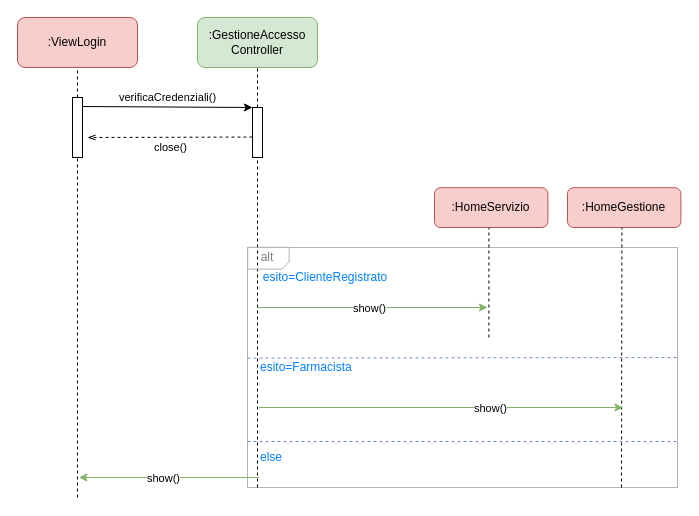
This is page "LoginUtente" (1 of 7) of drawio/Architettura Logica/Interazione.drawio from lnwor/farmabyte-doc, a draw.io file, before an edit. Source tidied: cells renumbered, new cells numbered last; positions are measured from the earlier drawing's top-left corner, leaving out a move shared by most shapes. Both pictures are drawn from the tidied source at 100%, with x=0, y=0 at pixel (17, 17).
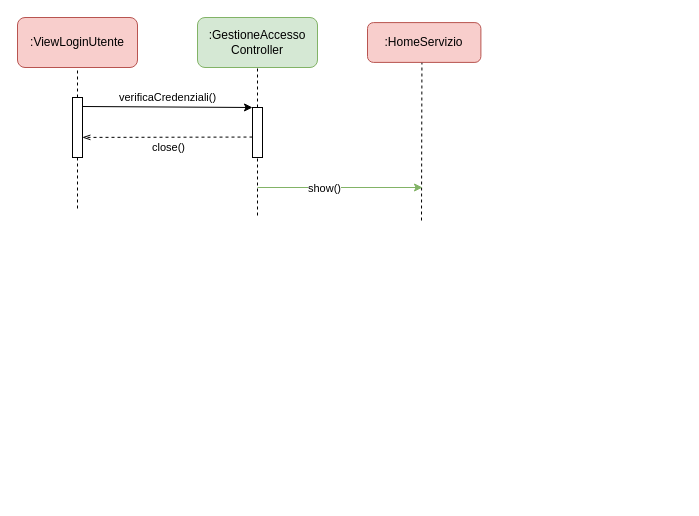
After the change.

Commit message (it also covers changes not shown here):
Correzione Diagramma di Sequenza

The change refers to these unchanged cells:
```xml
<mxCell id="7" style="rounded=0;whiteSpace=wrap;html=1;" parent="1" vertex="1">
  <mxGeometry x="55" y="80" width="10" height="60" as="geometry" />
</mxCell>
<mxCell id="9" style="rounded=0;whiteSpace=wrap;html=1;" parent="1" vertex="1">
  <mxGeometry x="235" y="90" width="10" height="50" as="geometry" />
</mxCell>
```

Change to the diagram source:
```diff
@@
-    <mxCell id="2" style="rounded=0;whiteSpace=wrap;html=1;fillColor=none;strokeColor=#B3B3B3;" parent="1" vertex="1">
-      <mxGeometry x="230" y="230" width="430" height="240" as="geometry" />
-    </mxCell>
-    <mxCell id="3" value=":ViewLogin" style="rounded=1;whiteSpace=wrap;html=1;fillColor=#f8cecc;strokeColor=#b85450;" parent="1" vertex="1">
+    <mxCell id="3" value=":ViewLoginUtente" style="rounded=1;whiteSpace=wrap;html=1;fillColor=#f8cecc;strokeColor=#b85450;" parent="1" vertex="1">
       <mxGeometry width="120" height="50" as="geometry" />
     </mxCell>
@@
     <mxCell id="8" style="endArrow=none;dashed=1;html=1;" parent="1" edge="1" target="7">
       <mxGeometry relative="1" as="geometry">
-        <mxPoint x="60" y="480" as="sourcePoint" />
+        <mxPoint x="60" y="191" as="sourcePoint" />
       </mxGeometry>
     </mxCell>
@@
     <mxCell id="10" style="endArrow=none;dashed=1;html=1;entryX=0.5;entryY=1;entryDx=0;entryDy=0;" parent="1" edge="1" target="9">
       <mxGeometry relative="1" as="geometry">
-        <mxPoint x="240" y="470" as="sourcePoint" />
+        <mxPoint x="240" y="198" as="sourcePoint" />
       </mxGeometry>
     </mxCell>
@@
-    <mxCell id="13" style="endArrow=openThin;html=1;exitX=0;exitY=0.591;exitDx=0;exitDy=0;dashed=1;exitPerimeter=0;endFill=0;" parent="1" edge="1" source="9">
-      <mxGeometry relative="1" as="geometry">
-        <mxPoint x="70" y="120" as="targetPoint" />
-      </mxGeometry>
+    <mxCell id="13" style="endArrow=openThin;html=1;exitX=0;exitY=0.591;exitDx=0;exitDy=0;dashed=1;exitPerimeter=0;endFill=0;entryX=0.986;entryY=0.665;entryDx=0;entryDy=0;entryPerimeter=0;" parent="1" edge="1" source="9" target="7">
+      <mxGeometry relative="1" as="geometry" />
     </mxCell>
@@
-    <mxCell id="15" style="shape=card;whiteSpace=wrap;html=1;strokeColor=#B3B3B3;fillColor=none;rotation=-90;flipV=1;size=7;" parent="1" vertex="1">
-      <mxGeometry x="240" y="220" width="21.8" height="41.4" as="geometry" />
-    </mxCell>
     <mxCell id="16" value=":HomeServizio" style="rounded=1;whiteSpace=wrap;html=1;fillColor=#f8cecc;strokeColor=#b85450;" parent="1" vertex="1">
-      <mxGeometry x="417" y="170.2" width="113.4" height="39.8" as="geometry" />
+      <mxGeometry x="350" y="5.1" width="113.4" height="39.8" as="geometry" />
     </mxCell>
     <mxCell id="17" style="endArrow=none;dashed=1;html=1;entryX=0.48;entryY=1.01;entryDx=0;entryDy=0;entryPerimeter=0;" parent="1" edge="1" target="16">
       <mxGeometry relative="1" as="geometry">
-        <mxPoint x="471.4" y="320" as="sourcePoint" />
+        <mxPoint x="404" y="203" as="sourcePoint" />
       </mxGeometry>
     </mxCell>
-    <mxCell id="18" value="&lt;font color=&quot;#808080&quot;&gt;alt&lt;/font&gt;" style="text;html=1;strokeColor=none;fillColor=none;align=center;verticalAlign=middle;whiteSpace=wrap;rounded=0;" parent="1" vertex="1">
-      <mxGeometry x="230" y="230" width="40" height="20" as="geometry" />
-    </mxCell>
     <mxCell id="19" style="endArrow=classic;html=1;fillColor=#d5e8d4;strokeColor=#82b366;" parent="1" edge="1">
       <mxGeometry relative="1" as="geometry">
-        <mxPoint x="240" y="290" as="sourcePoint" />
-        <mxPoint x="470" y="290" as="targetPoint" />
+        <mxPoint x="240" y="170" as="sourcePoint" />
+        <mxPoint x="405" y="170" as="targetPoint" />
       </mxGeometry>
     </mxCell>
@@
-    <mxCell id="21" style="endArrow=none;dashed=1;html=1;fillColor=#dae8fc;strokeColor=#6c8ebf;exitX=0;exitY=0.461;exitDx=0;exitDy=0;exitPerimeter=0;" parent="1" edge="1" source="2">
-      <mxGeometry relative="1" as="geometry">
-        <mxPoint x="660" y="340" as="targetPoint" />
-      </mxGeometry>
-    </mxCell>
-    <mxCell id="22" value="&lt;font color=&quot;#007fff&quot;&gt;esito=ClienteRegistrato&lt;/font&gt;" style="text;html=1;strokeColor=none;fillColor=none;align=center;verticalAlign=middle;whiteSpace=wrap;rounded=0;" parent="1" vertex="1">
-      <mxGeometry x="241.4" y="250" width="134.1" height="20" as="geometry" />
-    </mxCell>
-    <mxCell id="23" style="endArrow=classic;html=1;fillColor=#d5e8d4;strokeColor=#82b366;" parent="1" edge="1">
-      <mxGeometry relative="1" as="geometry">
-        <mxPoint x="241.4" y="460" as="sourcePoint" />
-        <mxPoint x="61.4" y="460" as="targetPoint" />
-      </mxGeometry>
-    </mxCell>
-    <mxCell id="24" value="show()" style="edgeLabel;html=1;align=center;verticalAlign=middle;" parent="23" vertex="1">
-      <mxGeometry x="0.38" relative="1" as="geometry">
-        <mxPoint x="28" as="offset" />
-      </mxGeometry>
-    </mxCell>
-    <mxCell id="25" value=":HomeGestione" style="rounded=1;whiteSpace=wrap;html=1;fillColor=#f8cecc;strokeColor=#b85450;" parent="1" vertex="1">
-      <mxGeometry x="550" y="170.2" width="113.4" height="39.8" as="geometry" />
-    </mxCell>
-    <mxCell id="26" style="endArrow=none;dashed=1;html=1;entryX=0.48;entryY=1.01;entryDx=0;entryDy=0;entryPerimeter=0;" parent="1" edge="1" target="25">
-      <mxGeometry relative="1" as="geometry">
-        <mxPoint x="604" y="470" as="sourcePoint" />
-      </mxGeometry>
-    </mxCell>
-    <mxCell id="27" style="endArrow=none;dashed=1;html=1;fillColor=#dae8fc;strokeColor=#6c8ebf;" parent="1" edge="1">
-      <mxGeometry relative="1" as="geometry">
-        <mxPoint x="230" y="424" as="sourcePoint" />
-        <mxPoint x="660" y="424" as="targetPoint" />
-      </mxGeometry>
-    </mxCell>
-    <mxCell id="28" value="&lt;span style=&quot;color: rgb(0 , 127 , 255)&quot;&gt;esito=Farmacista&lt;/span&gt;" style="text;html=1;strokeColor=none;fillColor=none;align=left;verticalAlign=middle;whiteSpace=wrap;rounded=0;" parent="1" vertex="1">
-      <mxGeometry x="241.4" y="340" width="144.1" height="20" as="geometry" />
-    </mxCell>
-    <mxCell id="29" style="endArrow=classic;html=1;fillColor=#d5e8d4;strokeColor=#82b366;" parent="1" edge="1">
-      <mxGeometry relative="1" as="geometry">
-        <mxPoint x="241.4" y="390" as="sourcePoint" />
-        <mxPoint x="605.5" y="390" as="targetPoint" />
-      </mxGeometry>
-    </mxCell>
-    <mxCell id="30" value="show()" style="edgeLabel;html=1;align=center;verticalAlign=middle;" parent="29" vertex="1">
-      <mxGeometry x="0.38" relative="1" as="geometry">
-        <mxPoint x="-20" as="offset" />
-      </mxGeometry>
-    </mxCell>
-    <mxCell id="31" value="&lt;span style=&quot;color: rgb(0 , 127 , 255)&quot;&gt;else&lt;/span&gt;" style="text;html=1;strokeColor=none;fillColor=none;align=left;verticalAlign=middle;whiteSpace=wrap;rounded=0;" parent="1" vertex="1">
-      <mxGeometry x="241.4" y="430" width="144.1" height="20" as="geometry" />
-    </mxCell>
```
